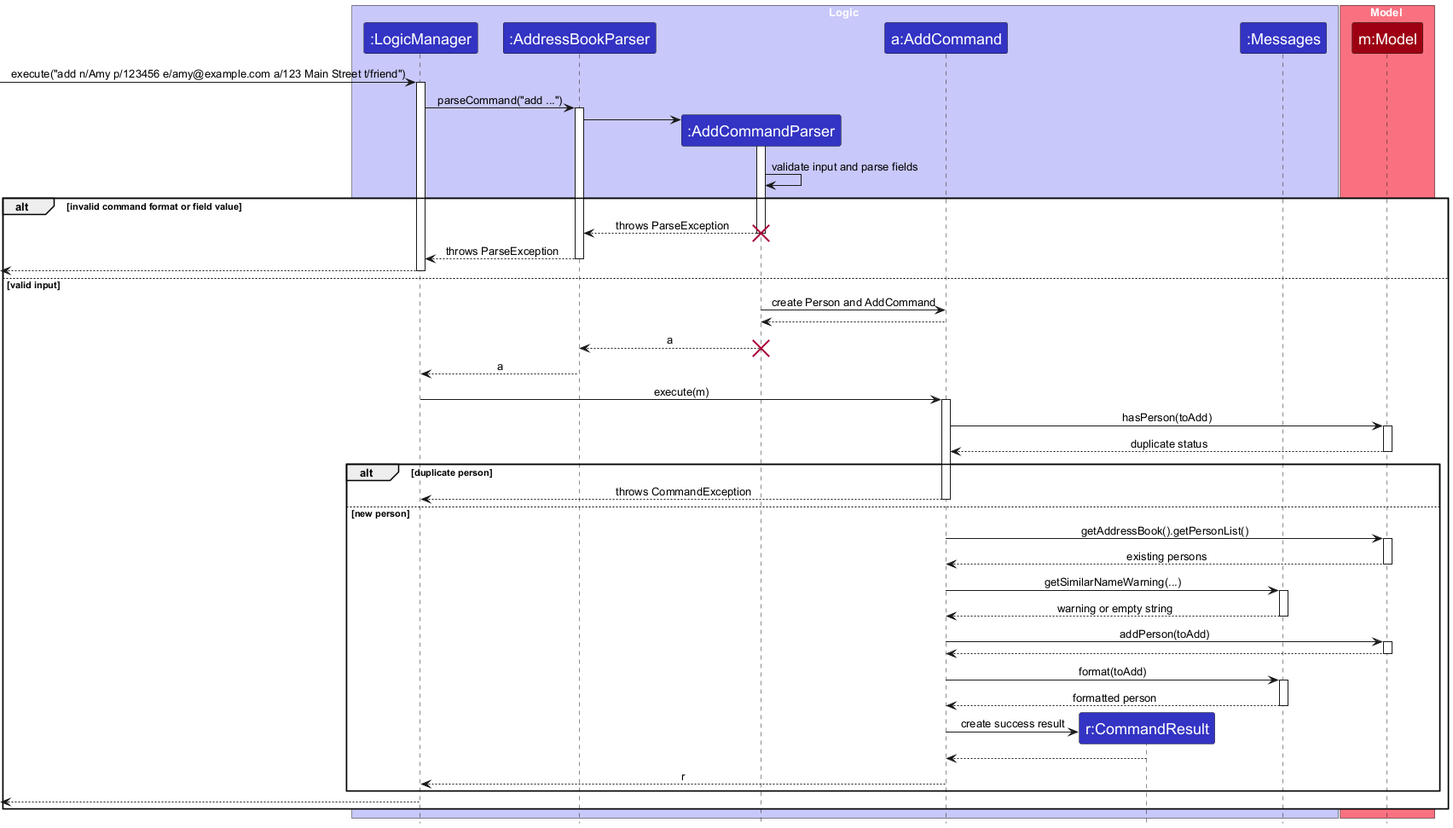
The PlantUML diagram docs/images/AddCommandSequenceDiagram.png in AY2627S1-CS2103T-W08-3/tp, before a commit.
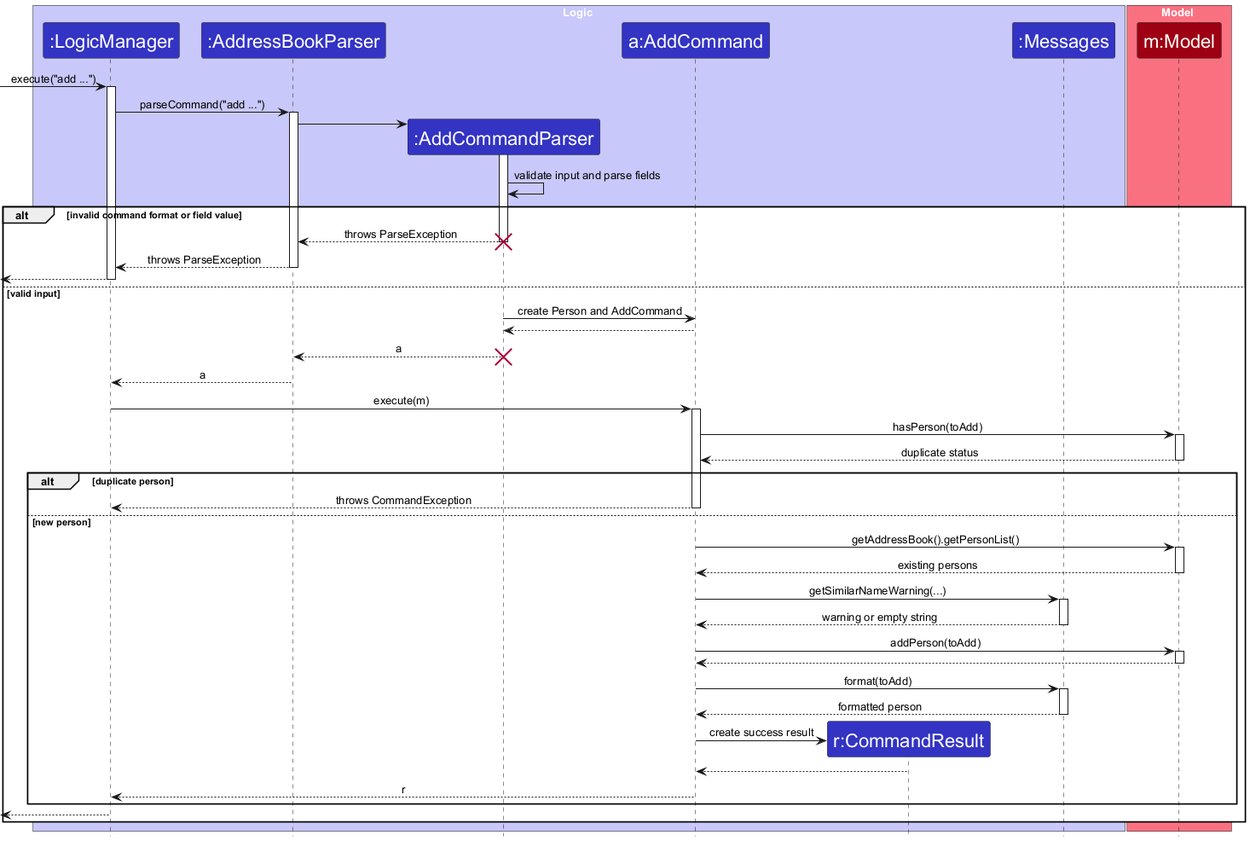
The same diagram one commit later.

Commit message:
Improve Add Command sequence diagram layout

Increase the diagram font sizes and tighten participant and outer
padding to improve readability. Shorten the sample invocation and
regenerate the PNG to reduce unnecessary whitespace.

Change to the diagram source:
```diff
@@ -1,9 +1,14 @@
 @startuml
 !include style.puml
 skinparam ArrowFontStyle plain
-skinparam ParticipantFontSize 18
-skinparam SequenceMessageFontSize 17
-skinparam SequenceBoxFontSize 18
+skinparam ParticipantFontSize 22
+skinparam SequenceMessageFontSize 20
+skinparam SequenceBoxFontSize 21
+skinparam ParticipantPadding 2
+skinparam Padding 0
+skinparam Participant {
+    Padding 8
+}
 
 box Logic LOGIC_COLOR_T1
 participant ":LogicManager" as LogicManager LOGIC_COLOR
@@ -18,7 +23,7 @@
 participant "m:Model" as Model MODEL_COLOR
 end box
 
-[-> LogicManager : execute("add n/Amy p/123456 e/amy@example.com a/123 Main Street t/friend")
+[-> LogicManager : execute("add ...")
 activate LogicManager
 
 LogicManager -> AddressBookParser : parseCommand("add ...")
```
